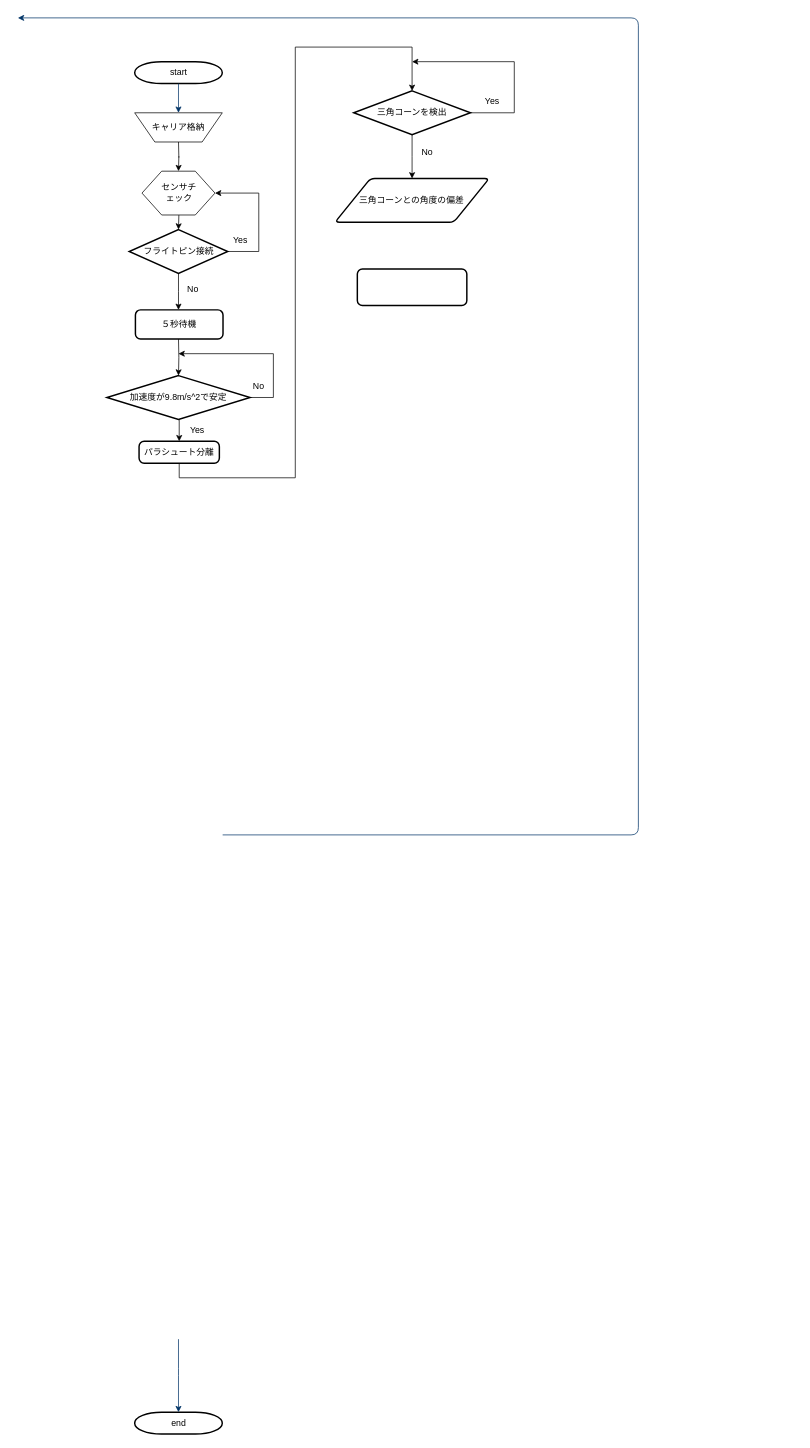
Before: system-flow.drawio.xml in kodama-gentaro/cansat_team_a, a draw.io diagram. Source tidied: cells renumbered, new cells numbered last; positions are measured from the earlier drawing's top-left corner, leaving out a move shared by most shapes. Both pictures are drawn from the tidied source at 73%, with x=0, y=0 at pixel (18, 18).
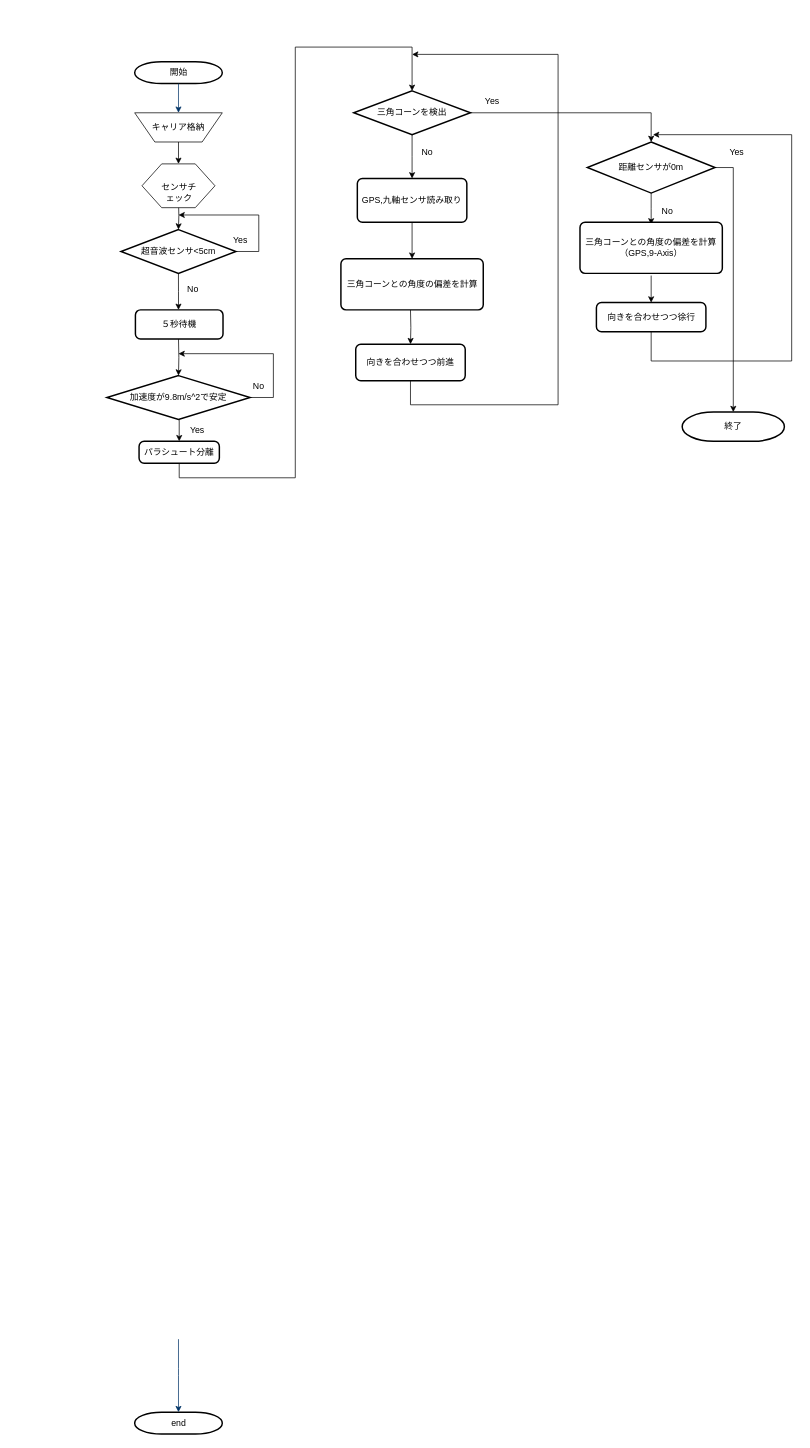
After the change.

Commit message:
system-flow.drawio.xml を更新します

The change refers to these unchanged cells:
```xml
<mxCell id="30" value="Yes" style="text;html=1;strokeColor=none;fillColor=none;align=center;verticalAlign=middle;whiteSpace=wrap;rounded=0;" parent="1" vertex="1">
  <mxGeometry x="620" y="100" width="60" height="30" as="geometry" />
</mxCell>
```

The edit, as a diff of the source:
```diff
@@
-    <mxCell id="2" value="start" style="shape=mxgraph.flowchart.terminator;strokeWidth=2;gradientColor=none;gradientDirection=north;fontStyle=0;html=1;" parent="1" vertex="1">
+    <mxCell id="2" value="開始" style="shape=mxgraph.flowchart.terminator;strokeWidth=2;gradientColor=none;gradientDirection=north;fontStyle=0;html=1;" parent="1" vertex="1">
       <mxGeometry x="160" y="60" width="120" height="30" as="geometry" />
     </mxCell>
@@
-    <mxCell id="6" style="edgeStyle=elbowEdgeStyle;elbow=horizontal;exitX=1;exitY=0.5;exitPerimeter=0;entryX=0.905;entryY=0.5;entryPerimeter=0;fontStyle=1;strokeColor=#003366;strokeWidth=1;html=1;" parent="1" edge="1">
-      <mxGeometry as="geometry">
-        <mxPoint x="280.5" y="1119.2" as="sourcePoint" />
-        <mxPoint as="targetPoint" />
-        <Array as="points">
-          <mxPoint x="850" y="1320" />
-        </Array>
-      </mxGeometry>
-    </mxCell>
-    <mxCell id="7" style="edgeStyle=orthogonalEdgeStyle;rounded=0;orthogonalLoop=1;jettySize=auto;html=1;exitX=0.5;exitY=1;exitDx=0;exitDy=0;entryX=0.5;entryY=0;entryDx=0;entryDy=0;" parent="1" edge="1">
+    <mxCell id="7" style="edgeStyle=orthogonalEdgeStyle;rounded=0;jettySize=auto;html=1;exitX=0.5;exitY=1;exitDx=0;exitDy=0;entryX=0.5;entryY=0;entryDx=0;entryDy=0;" parent="1" edge="1" target="16">
       <mxGeometry relative="1" as="geometry">
         <mxPoint x="220" y="170" as="sourcePoint" />
-        <mxPoint x="220" y="210" as="targetPoint" />
       </mxGeometry>
     </mxCell>
@@
-    <mxCell id="9" style="edgeStyle=orthogonalEdgeStyle;rounded=0;jettySize=auto;html=1;exitX=1;exitY=0.5;exitDx=0;exitDy=0;exitPerimeter=0;entryX=1;entryY=0.5;entryDx=0;entryDy=0;" parent="1" edge="1" source="11" target="16">
+    <mxCell id="9" style="edgeStyle=orthogonalEdgeStyle;rounded=0;jettySize=auto;html=1;exitX=1;exitY=0.5;exitDx=0;exitDy=0;exitPerimeter=0;" parent="1" edge="1" source="11">
       <mxGeometry relative="1" as="geometry">
+        <mxPoint x="220" y="270" as="targetPoint" />
         <Array as="points">
           <mxPoint x="330" y="320" />
-          <mxPoint x="330" y="240" />
+          <mxPoint x="330" y="270" />
+          <mxPoint x="220" y="270" />
         </Array>
       </mxGeometry>
     </mxCell>
@@
-    <mxCell id="11" value="フライトピン接続" style="strokeWidth=2;html=1;shape=mxgraph.flowchart.decision;whiteSpace=wrap;" parent="1" vertex="1">
-      <mxGeometry x="152.5" y="290" width="135" height="60" as="geometry" />
+    <mxCell id="11" value="超音波センサ&amp;lt;5cm" style="strokeWidth=2;html=1;shape=mxgraph.flowchart.decision;whiteSpace=wrap;" parent="1" vertex="1">
+      <mxGeometry x="141.2" y="290" width="157.5" height="60" as="geometry" />
     </mxCell>
@@
     <mxCell id="16" style="verticalLabelPosition=bottom;verticalAlign=top;html=1;shape=hexagon;perimeter=hexagonPerimeter2;arcSize=6;size=0.27;" parent="1" vertex="1">
-      <mxGeometry x="170" y="210" width="100" height="60" as="geometry" />
+      <mxGeometry x="170" y="200" width="100" height="60" as="geometry" />
     </mxCell>
@@
-    <mxCell id="29" style="edgeStyle=orthogonalEdgeStyle;rounded=0;jettySize=auto;html=1;exitX=0;exitY=1;exitDx=0;exitDy=0;" parent="1" edge="1" source="30">
-      <mxGeometry relative="1" as="geometry">
-        <mxPoint x="540" y="60" as="targetPoint" />
-        <Array as="points">
-          <mxPoint x="680" y="130" />
-          <mxPoint x="680" y="60" />
-        </Array>
-      </mxGeometry>
-    </mxCell>
+    <mxCell id="33" style="edgeStyle=orthogonalEdgeStyle;rounded=0;jettySize=auto;html=1;exitX=0;exitY=1;exitDx=0;exitDy=0;entryX=0.5;entryY=0;entryDx=0;entryDy=0;entryPerimeter=0;" parent="1" edge="1" source="30" target="38">
+      <mxGeometry relative="1" as="geometry">
+        <Array as="points">
+          <mxPoint x="868" y="130" />
+        </Array>
+      </mxGeometry>
+    </mxCell>
@@
-    <mxCell id="31" value="三角コーンとの角度の偏差" style="shape=parallelogram;html=1;strokeWidth=2;perimeter=parallelogramPerimeter;whiteSpace=wrap;rounded=1;arcSize=12;size=0.23;" parent="1" vertex="1">
-      <mxGeometry x="434.4" y="220" width="211.2" height="60" as="geometry" />
-    </mxCell>
+    <mxCell id="34" style="edgeStyle=orthogonalEdgeStyle;rounded=0;jettySize=auto;html=1;exitX=0.5;exitY=1;exitDx=0;exitDy=0;entryX=0.5;entryY=0;entryDx=0;entryDy=0;" parent="1" edge="1" target="32">
+      <mxGeometry relative="1" as="geometry">
+        <mxPoint x="537.8" y="400" as="sourcePoint" />
+      </mxGeometry>
+    </mxCell>
+    <mxCell id="35" style="edgeStyle=orthogonalEdgeStyle;rounded=0;jettySize=auto;html=1;exitX=0.5;exitY=1;exitDx=0;exitDy=0;" parent="1" edge="1" source="32">
+      <mxGeometry relative="1" as="geometry">
+        <mxPoint x="540" y="50" as="targetPoint" />
+        <Array as="points">
+          <mxPoint x="538" y="530" />
+          <mxPoint x="740" y="530" />
+          <mxPoint x="740" y="50" />
+        </Array>
+      </mxGeometry>
+    </mxCell>
-    <mxCell id="32" style="rounded=1;whiteSpace=wrap;html=1;absoluteArcSize=1;arcSize=14;strokeWidth=2;" parent="1" vertex="1">
-      <mxGeometry x="465" y="344" width="150" height="50" as="geometry" />
+    <mxCell id="32" value="向きを合わせつつ前進" style="rounded=1;whiteSpace=wrap;html=1;absoluteArcSize=1;arcSize=14;strokeWidth=2;" parent="1" vertex="1">
+      <mxGeometry x="462.8" y="447" width="150" height="50" as="geometry" />
     </mxCell>
+    <mxCell id="36" style="edgeStyle=orthogonalEdgeStyle;rounded=0;jettySize=auto;html=1;exitX=0.5;exitY=1;exitDx=0;exitDy=0;exitPerimeter=0;entryX=0.5;entryY=0;entryDx=0;entryDy=0;" parent="1" edge="1" source="38">
+      <mxGeometry relative="1" as="geometry">
+        <mxPoint x="867.5" y="283" as="targetPoint" />
+      </mxGeometry>
+    </mxCell>
+    <mxCell id="37" style="edgeStyle=orthogonalEdgeStyle;rounded=0;jettySize=auto;html=1;exitX=1;exitY=0.5;exitDx=0;exitDy=0;exitPerimeter=0;entryX=0.5;entryY=0;entryDx=0;entryDy=0;entryPerimeter=0;" parent="1" edge="1" source="38" target="48">
+      <mxGeometry relative="1" as="geometry" />
+    </mxCell>
+    <mxCell id="38" value="距離センサが0m" style="strokeWidth=2;html=1;shape=mxgraph.flowchart.decision;whiteSpace=wrap;" parent="1" vertex="1">
+      <mxGeometry x="780" y="170" width="175" height="70" as="geometry" />
+    </mxCell>
+    <mxCell id="39" value="No" style="text;html=1;strokeColor=none;fillColor=none;align=center;verticalAlign=middle;whiteSpace=wrap;rounded=0;" parent="1" vertex="1">
+      <mxGeometry x="860" y="250" width="60" height="30" as="geometry" />
+    </mxCell>
+    <mxCell id="40" style="edgeStyle=orthogonalEdgeStyle;rounded=0;jettySize=auto;html=1;exitX=0.5;exitY=1;exitDx=0;exitDy=0;entryX=0.5;entryY=0;entryDx=0;entryDy=0;" parent="1" edge="1" target="43">
+      <mxGeometry relative="1" as="geometry">
+        <mxPoint x="867.5" y="353" as="sourcePoint" />
+      </mxGeometry>
+    </mxCell>
+    <mxCell id="41" value="Yes" style="text;html=1;strokeColor=none;fillColor=none;align=center;verticalAlign=middle;whiteSpace=wrap;rounded=0;" parent="1" vertex="1">
+      <mxGeometry x="955" y="170" width="60" height="30" as="geometry" />
+    </mxCell>
+    <mxCell id="42" style="edgeStyle=orthogonalEdgeStyle;rounded=0;jettySize=auto;html=1;exitX=0.5;exitY=1;exitDx=0;exitDy=0;" parent="1" edge="1" source="43">
+      <mxGeometry relative="1" as="geometry">
+        <mxPoint x="870" y="160" as="targetPoint" />
+        <Array as="points">
+          <mxPoint x="867" y="470" />
+          <mxPoint x="1060" y="470" />
+          <mxPoint x="1060" y="160" />
+          <mxPoint x="870" y="160" />
+        </Array>
+      </mxGeometry>
+    </mxCell>
+    <mxCell id="43" value="向きを合わせつつ徐行" style="rounded=1;whiteSpace=wrap;html=1;absoluteArcSize=1;arcSize=14;strokeWidth=2;" parent="1" vertex="1">
+      <mxGeometry x="792.5" y="390" width="150" height="40" as="geometry" />
+    </mxCell>
+    <mxCell id="44" value="&lt;div&gt;三角コーンとの角度の偏差を計算&lt;/div&gt;" style="rounded=1;whiteSpace=wrap;html=1;absoluteArcSize=1;arcSize=14;strokeWidth=2;" parent="1" vertex="1">
+      <mxGeometry x="442.5" y="330" width="195" height="70" as="geometry" />
+    </mxCell>
+    <mxCell id="45" value="&lt;div&gt;三角コーンとの角度の偏差を計算&lt;/div&gt;&lt;div&gt;（GPS,9-Axis）&lt;/div&gt;" style="rounded=1;whiteSpace=wrap;html=1;absoluteArcSize=1;arcSize=14;strokeWidth=2;" parent="1" vertex="1">
+      <mxGeometry x="770" y="280" width="195" height="70" as="geometry" />
+    </mxCell>
+    <mxCell id="46" style="edgeStyle=orthogonalEdgeStyle;rounded=0;jettySize=auto;html=1;exitX=0.5;exitY=1;exitDx=0;exitDy=0;entryX=0.5;entryY=0;entryDx=0;entryDy=0;" parent="1" edge="1" source="47" target="44">
+      <mxGeometry relative="1" as="geometry" />
+    </mxCell>
+    <mxCell id="47" value="GPS,九軸センサ読み取り" style="rounded=1;whiteSpace=wrap;html=1;absoluteArcSize=1;arcSize=14;strokeWidth=2;" parent="1" vertex="1">
+      <mxGeometry x="465" y="220" width="150" height="60" as="geometry" />
+    </mxCell>
+    <mxCell id="48" value="終了" style="strokeWidth=2;html=1;shape=mxgraph.flowchart.terminator;whiteSpace=wrap;" parent="1" vertex="1">
+      <mxGeometry x="910" y="540" width="140" height="40" as="geometry" />
+    </mxCell>
```
